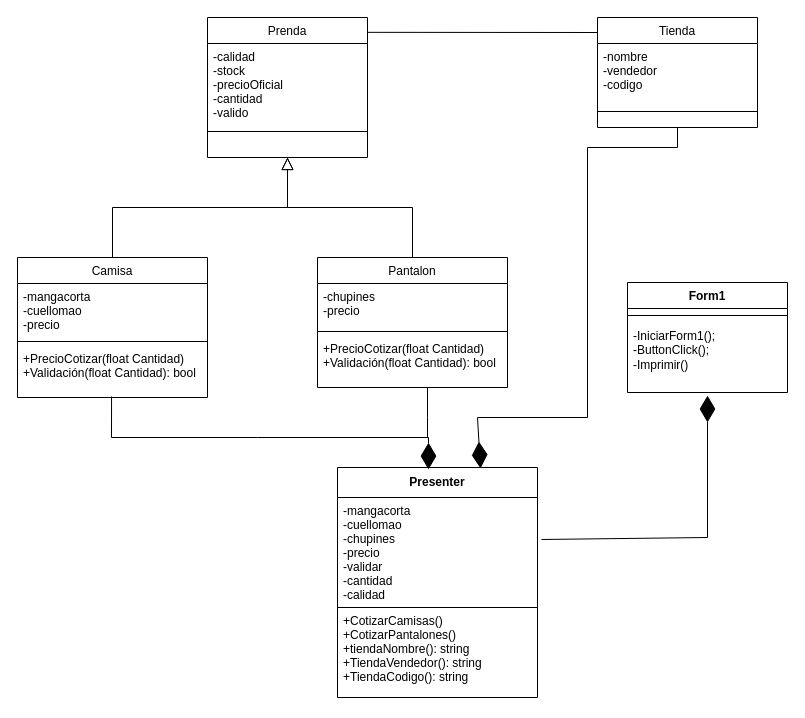
This is Diagrama sin título.drawio from LuisA1618/DesafioFinal, a draw.io file, before an edit. Source tidied: cells renumbered, new cells numbered last; positions are measured from the earlier drawing's top-left corner, leaving out a move shared by most shapes. Both pictures are drawn from the tidied source at 100%, with x=0, y=0 at pixel (17, 17).
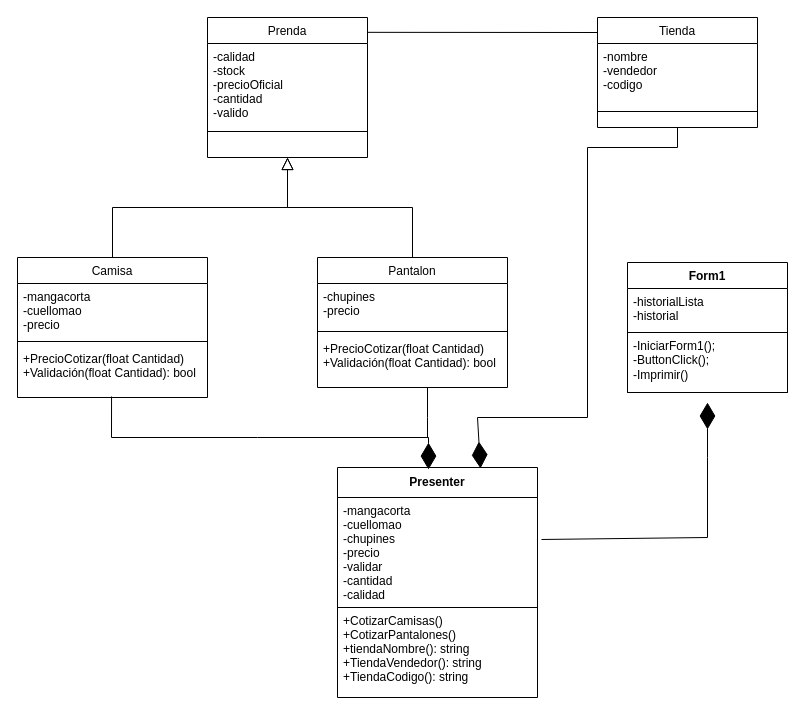
The same page after the edit.

The change refers to these unchanged cells:
```xml
<mxCell id="21" value="-mangacorta&#10;-cuellomao&#10;-chupines&#10;-precio&#10;-validar&#10;-cantidad&#10;-calidad" style="text;align=left;verticalAlign=top;spacingLeft=4;spacingRight=4;overflow=hidden;points=[[0,0.5],[1,0.5]];portConstraint=eastwest;" parent="20" vertex="1">
  <mxGeometry width="200" height="130" as="geometry" />
</mxCell>
```

Diff of the diagram source:
```diff
@@
     <mxCell id="23" value="Form1" style="swimlane;fontStyle=1;align=center;verticalAlign=top;horizontal=1;startSize=26;whiteSpace=wrap;html=1;" parent="1" vertex="1">
-      <mxGeometry x="610" y="265" width="160" height="110" as="geometry" />
+      <mxGeometry x="610" y="245" width="160" height="130" as="geometry" />
     </mxCell>
-    <mxCell id="24" style="line;strokeWidth=1;fillColor=none;align=left;verticalAlign=middle;spacingTop=-1;spacingLeft=3;spacingRight=3;labelPosition=right;strokeColor=inherit;" parent="23" vertex="1">
-      <mxGeometry y="26" width="160" height="14" as="geometry" />
-    </mxCell>
+    <mxCell id="30" value="-historialLista&#10;-historial" style="text;align=left;verticalAlign=top;spacingLeft=4;spacingRight=4;overflow=hidden;" parent="23" vertex="1">
+      <mxGeometry y="26" width="160" height="44" as="geometry" />
+    </mxCell>
+    <mxCell id="31" style="swimlane;startSize=0;" parent="23" vertex="1">
+      <mxGeometry y="70" width="160" height="60" as="geometry" />
+    </mxCell>
-    <mxCell id="25" value="-IniciarForm1();&lt;br&gt;-ButtonClick();&lt;br&gt;-Imprimir()" style="text;strokeColor=none;fillColor=none;align=left;verticalAlign=top;spacingLeft=4;spacingRight=4;overflow=hidden;points=[[0,0.5],[1,0.5]];portConstraint=eastwest;whiteSpace=wrap;html=1;" parent="23" vertex="1">
-      <mxGeometry y="40" width="160" height="70" as="geometry" />
+    <mxCell id="25" value="-IniciarForm1();&lt;br&gt;-ButtonClick();&lt;br&gt;-Imprimir()" style="text;strokeColor=none;fillColor=none;align=left;verticalAlign=top;spacingLeft=4;spacingRight=4;overflow=hidden;points=[[0,0.5],[1,0.5]];portConstraint=eastwest;whiteSpace=wrap;html=1;" parent="31" vertex="1">
+      <mxGeometry width="160" height="70" as="geometry" />
     </mxCell>
@@
-    <mxCell id="28" style="endArrow=diamondThin;endFill=1;endSize=24;html=1;rounded=0;entryX=0.5;entryY=1.043;entryDx=0;entryDy=0;entryPerimeter=0;exitX=1.02;exitY=0.323;exitDx=0;exitDy=0;exitPerimeter=0;" parent="1" edge="1" source="21" target="25">
+    <mxCell id="28" style="endArrow=diamondThin;endFill=1;endSize=24;html=1;rounded=0;exitX=1.02;exitY=0.323;exitDx=0;exitDy=0;exitPerimeter=0;" parent="1" edge="1" source="21" target="25">
       <mxGeometry relative="1" as="geometry">
         <Array as="points">
           <mxPoint x="690" y="520" />
+          <mxPoint x="690" y="440" />
         </Array>
       </mxGeometry>
     </mxCell>
```
